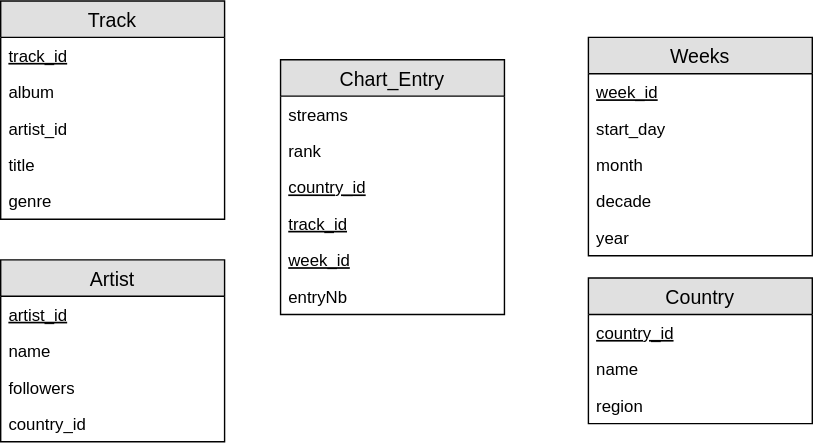
Above: figures/ER1.svg in AlexChanson/DW (draw.io), before the change. Source tidied: cells renumbered, new cells last; positions are measured from the earlier drawing's top-left corner, leaving out a move shared by most shapes.
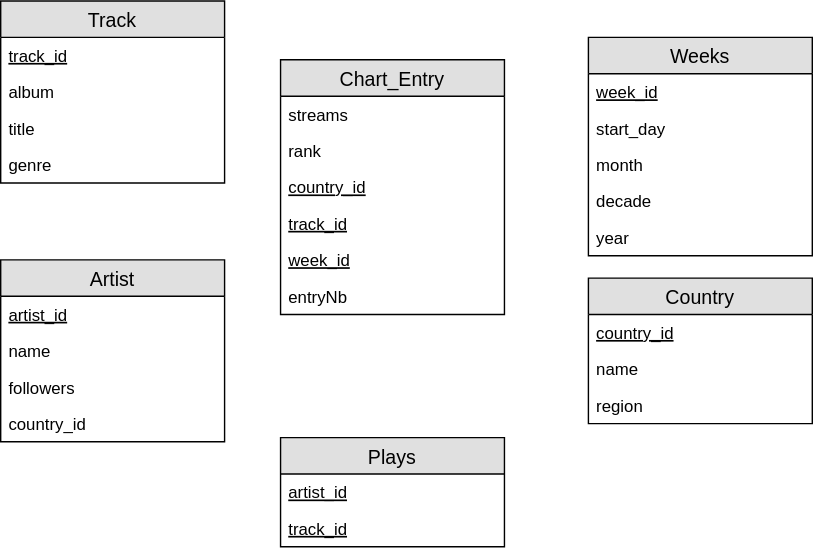
After the change.

Diff of the diagram source:
```diff
@@ -24,7 +24,7 @@
       <mxGeometry y="156" width="160" height="26" as="geometry" />
     </mxCell>
     <mxCell id="9" value="Track" style="swimlane;fontStyle=0;horizontal=1;startSize=26;fillColor=#e0e0e0;swimlaneFillColor=#ffffff;align=center;fontSize=14;" parent="1" vertex="1">
-      <mxGeometry width="160" height="156" as="geometry" />
+      <mxGeometry width="160" height="130" as="geometry" />
     </mxCell>
     <mxCell id="10" value="track_id" style="text;strokeColor=none;fillColor=none;spacingLeft=4;spacingRight=4;overflow=hidden;fontSize=12;fontStyle=4;" parent="9" vertex="1">
       <mxGeometry y="26" width="160" height="26" as="geometry" />
@@ -32,14 +32,11 @@
     <mxCell id="11" value="album" style="text;strokeColor=none;fillColor=none;spacingLeft=4;spacingRight=4;overflow=hidden;fontSize=12;" parent="9" vertex="1">
       <mxGeometry y="52" width="160" height="26" as="geometry" />
     </mxCell>
-    <mxCell id="12" value="artist_id" style="text;strokeColor=none;fillColor=none;spacingLeft=4;spacingRight=4;overflow=hidden;fontSize=12;" parent="9" vertex="1">
-      <mxGeometry y="78" width="160" height="26" as="geometry" />
-    </mxCell>
     <mxCell id="13" value="title" style="text;strokeColor=none;fillColor=none;spacingLeft=4;spacingRight=4;overflow=hidden;fontSize=12;fontFamily=Helvetica;fontColor=#000000;align=left;gradientColor=none;" parent="9" vertex="1">
-      <mxGeometry y="104" width="160" height="26" as="geometry" />
+      <mxGeometry y="78" width="160" height="26" as="geometry" />
     </mxCell>
     <mxCell id="14" value="genre" style="text;strokeColor=none;fillColor=none;spacingLeft=4;spacingRight=4;overflow=hidden;fontSize=12;" parent="9" vertex="1">
-      <mxGeometry y="130" width="160" height="26" as="geometry" />
+      <mxGeometry y="104" width="160" height="26" as="geometry" />
     </mxCell>
     <mxCell id="15" value="Artist" style="swimlane;fontStyle=0;horizontal=1;startSize=26;fillColor=#e0e0e0;swimlaneFillColor=#ffffff;align=center;fontSize=14;" parent="1" vertex="1">
       <mxGeometry y="185" width="160" height="130" as="geometry" />
@@ -86,5 +83,14 @@
     <mxCell id="29" value="year" style="text;strokeColor=none;fillColor=none;spacingLeft=4;spacingRight=4;overflow=hidden;fontSize=12;" parent="24" vertex="1">
       <mxGeometry y="130" width="160" height="26" as="geometry" />
     </mxCell>
+    <mxCell id="30" value="Plays" style="swimlane;fontStyle=0;horizontal=1;startSize=26;fillColor=#e0e0e0;swimlaneFillColor=#ffffff;align=center;fontSize=14;" parent="1" vertex="1">
+      <mxGeometry x="200" y="312" width="160" height="78" as="geometry" />
+    </mxCell>
+    <mxCell id="12" value="artist_id" style="text;strokeColor=none;fillColor=none;spacingLeft=4;spacingRight=4;overflow=hidden;fontSize=12;fontStyle=4;" parent="30" vertex="1">
+      <mxGeometry y="26" width="160" height="26" as="geometry" />
+    </mxCell>
+    <mxCell id="31" value="track_id" style="text;strokeColor=none;fillColor=none;spacingLeft=4;spacingRight=4;overflow=hidden;fontSize=12;fontStyle=4;" parent="30" vertex="1">
+      <mxGeometry y="52" width="160" height="26" as="geometry" />
+    </mxCell>
   </root>
 </mxGraphModel>
```
